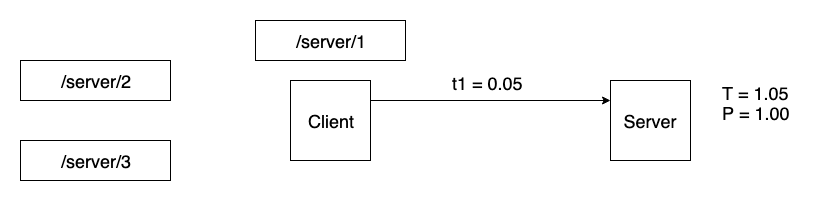
Earlier version of the draw.io export decks/grequests-https-talk/images/python-requests-flow-3.png (saurabh-hirani/slides). Source tidied: cells renumbered, new cells last; positions are measured from the earlier drawing's top-left corner, leaving out a move shared by most shapes. Source of this version:
```xml
<mxGraphModel>
  <root>
    <mxCell id="0" />
    <mxCell id="1" parent="0" />
    <mxCell id="2" value="&lt;span style=&quot;white-space: normal&quot;&gt;&lt;font style=&quot;font-size: 18px&quot;&gt;/server/1&lt;/font&gt;&lt;/span&gt;" style="rounded=0;whiteSpace=wrap;html=1;" parent="1" vertex="1">
      <mxGeometry x="235" width="150" height="40" as="geometry" />
    </mxCell>
    <mxCell id="3" value="&lt;span style=&quot;white-space: normal&quot;&gt;&lt;font style=&quot;font-size: 18px&quot;&gt;/server/2&lt;/font&gt;&lt;/span&gt;" style="rounded=0;whiteSpace=wrap;html=1;" parent="1" vertex="1">
      <mxGeometry y="40" width="150" height="40" as="geometry" />
    </mxCell>
    <mxCell id="4" value="&lt;span style=&quot;white-space: normal&quot;&gt;&lt;font style=&quot;font-size: 18px&quot;&gt;/server/3&lt;/font&gt;&lt;/span&gt;" style="rounded=0;whiteSpace=wrap;html=1;" parent="1" vertex="1">
      <mxGeometry y="120" width="150" height="40" as="geometry" />
    </mxCell>
    <mxCell id="5" value="&lt;font style=&quot;font-size: 18px&quot;&gt;Client&lt;/font&gt;" style="whiteSpace=wrap;html=1;" parent="1" vertex="1">
      <mxGeometry x="270" y="60" width="80" height="80" as="geometry" />
    </mxCell>
    <mxCell id="6" value="&lt;font style=&quot;font-size: 18px&quot;&gt;Server&lt;/font&gt;" style="whiteSpace=wrap;html=1;" parent="1" vertex="1">
      <mxGeometry x="590" y="60" width="80" height="80" as="geometry" />
    </mxCell>
    <mxCell id="7" style="endArrow=classic;html=1;exitX=1;exitY=0.25;exitDx=0;exitDy=0;entryX=0;entryY=0.25;entryDx=0;entryDy=0;" parent="1" edge="1" source="5" target="6">
      <mxGeometry relative="1" as="geometry" />
    </mxCell>
    <mxCell id="8" value="&lt;font style=&quot;font-size: 18px&quot;&gt;t1 = 0.05&lt;/font&gt;" style="text;html=1;align=left;verticalAlign=top;spacingTop=-4;" parent="1" vertex="1">
      <mxGeometry x="430" y="50" width="90" height="20" as="geometry" />
    </mxCell>
    <mxCell id="9" value="&lt;font style=&quot;font-size: 18px&quot;&gt;T = 1.05&lt;/font&gt;" style="text;html=1;align=left;verticalAlign=top;spacingTop=-4;" parent="1" vertex="1">
      <mxGeometry x="700" y="60" width="80" height="20" as="geometry" />
    </mxCell>
    <mxCell id="10" value="&lt;font style=&quot;font-size: 18px&quot;&gt;P = 1.00&lt;/font&gt;" style="text;html=1;align=left;verticalAlign=top;spacingTop=-4;" parent="1" vertex="1">
      <mxGeometry x="700" y="80" width="80" height="20" as="geometry" />
    </mxCell>
  </root>
</mxGraphModel>
```
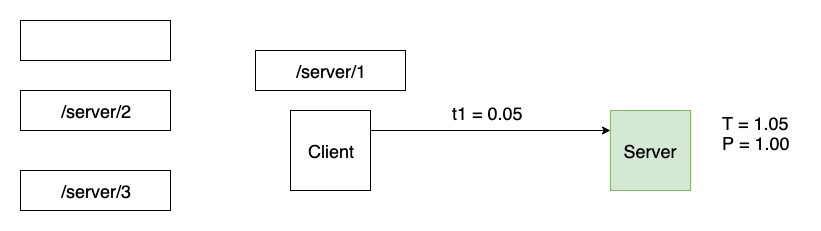
Above is the later version.

Change to the diagram source:
```diff
@@ -14,7 +14,7 @@
     <mxCell id="5" value="&lt;font style=&quot;font-size: 18px&quot;&gt;Client&lt;/font&gt;" style="whiteSpace=wrap;html=1;" parent="1" vertex="1">
       <mxGeometry x="270" y="60" width="80" height="80" as="geometry" />
     </mxCell>
-    <mxCell id="6" value="&lt;font style=&quot;font-size: 18px&quot;&gt;Server&lt;/font&gt;" style="whiteSpace=wrap;html=1;" parent="1" vertex="1">
+    <mxCell id="6" value="&lt;font style=&quot;font-size: 18px&quot;&gt;Server&lt;/font&gt;" style="whiteSpace=wrap;html=1;fillColor=#d5e8d4;strokeColor=#82b366;" parent="1" vertex="1">
       <mxGeometry x="590" y="60" width="80" height="80" as="geometry" />
     </mxCell>
     <mxCell id="7" style="endArrow=classic;html=1;exitX=1;exitY=0.25;exitDx=0;exitDy=0;entryX=0;entryY=0.25;entryDx=0;entryDy=0;" parent="1" edge="1" source="5" target="6">
@@ -29,5 +29,8 @@
     <mxCell id="10" value="&lt;font style=&quot;font-size: 18px&quot;&gt;P = 1.00&lt;/font&gt;" style="text;html=1;align=left;verticalAlign=top;spacingTop=-4;" parent="1" vertex="1">
       <mxGeometry x="700" y="80" width="80" height="20" as="geometry" />
     </mxCell>
+    <mxCell id="11" style="rounded=0;whiteSpace=wrap;html=1;" parent="1" vertex="1">
+      <mxGeometry y="-30" width="150" height="40" as="geometry" />
+    </mxCell>
   </root>
 </mxGraphModel>
```
